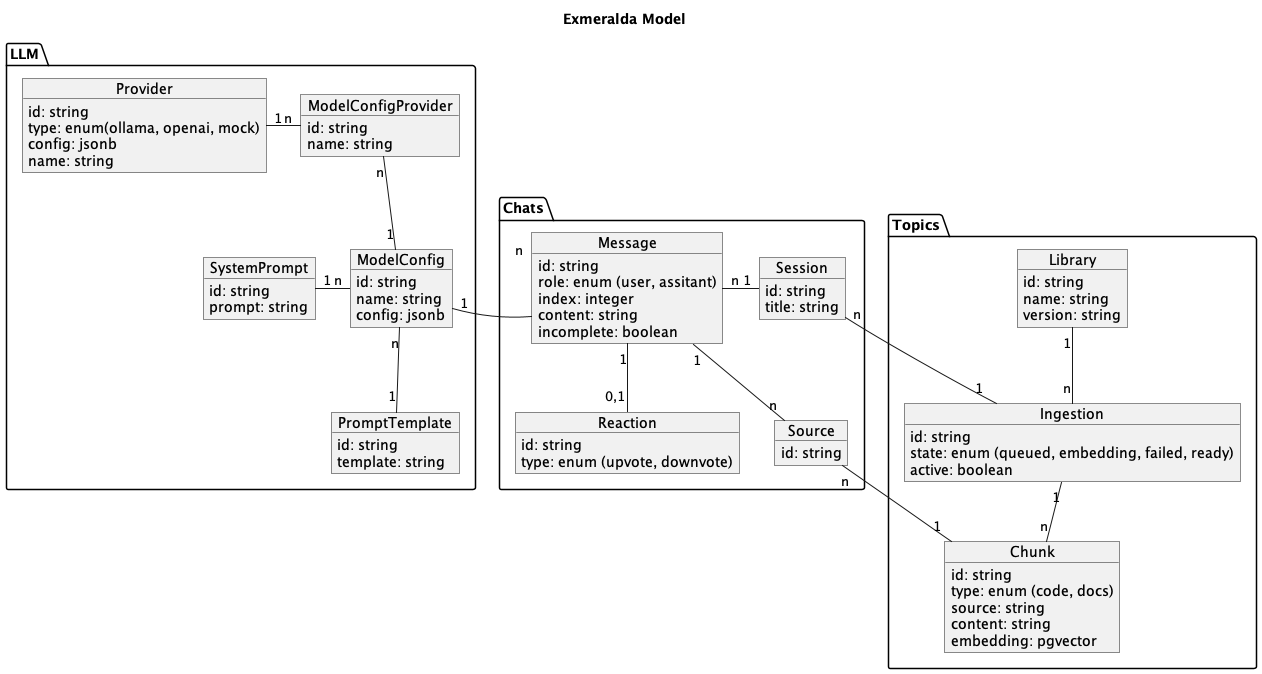
The PlantUML diagram docs/model.png in bitcrowd/exmeralda, before a commit.
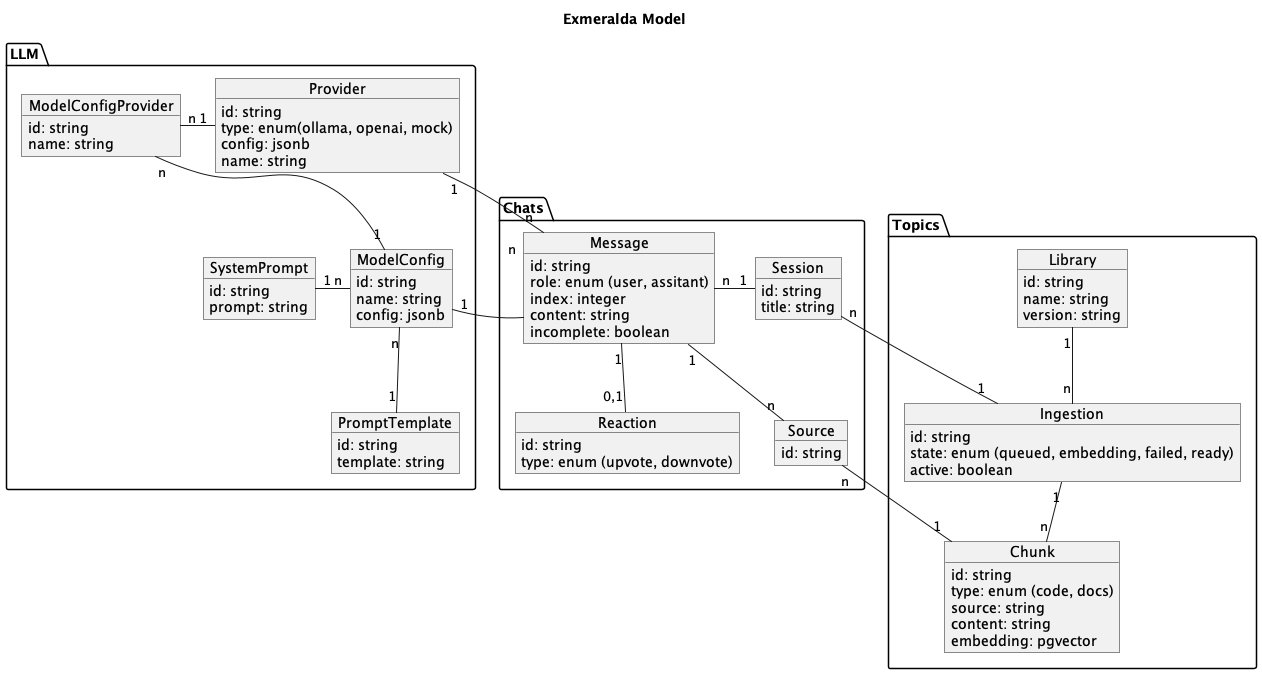
The same file after the commit.

What changed in the source:
```diff
@@ -98,6 +98,7 @@
 }
 
 Message "n" -l- "1" ModelConfig
+Message "n" -l- "1" Provider
 Session "n" -- "1" Ingestion
 Source "n" -- "1" Chunk
 
```
